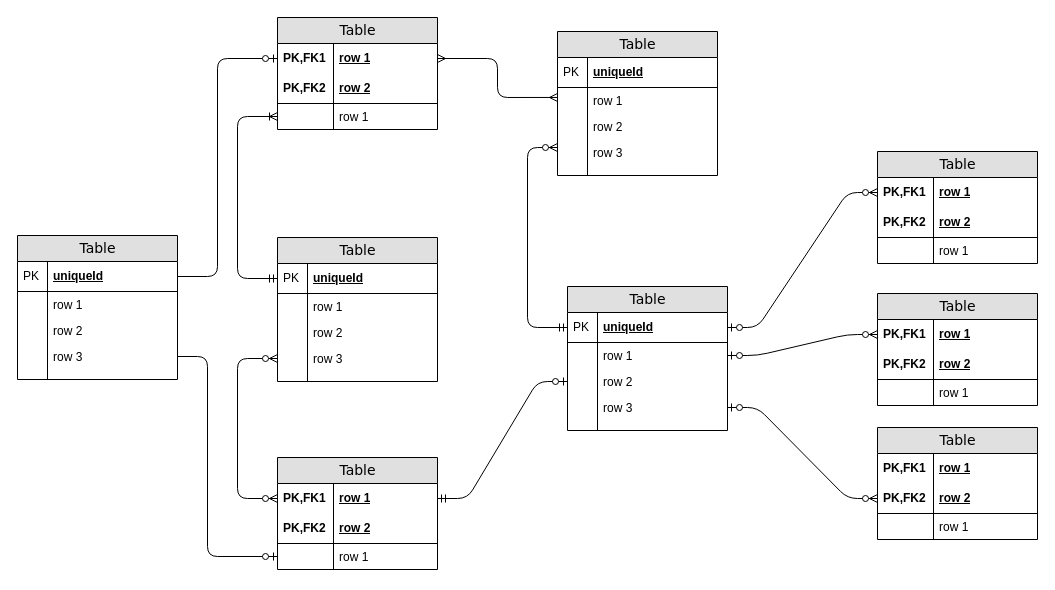
LordDdanielHan/test keeps this draw.io diagram as Untitled Diagram.drawio. Above is the earlier version. Source tidied: cells renumbered, new cells numbered last; positions are measured from the earlier drawing's top-left corner, leaving out a move shared by most shapes. Both pictures are drawn from the tidied source at 100%, with x=0, y=0 at pixel (17, 17).
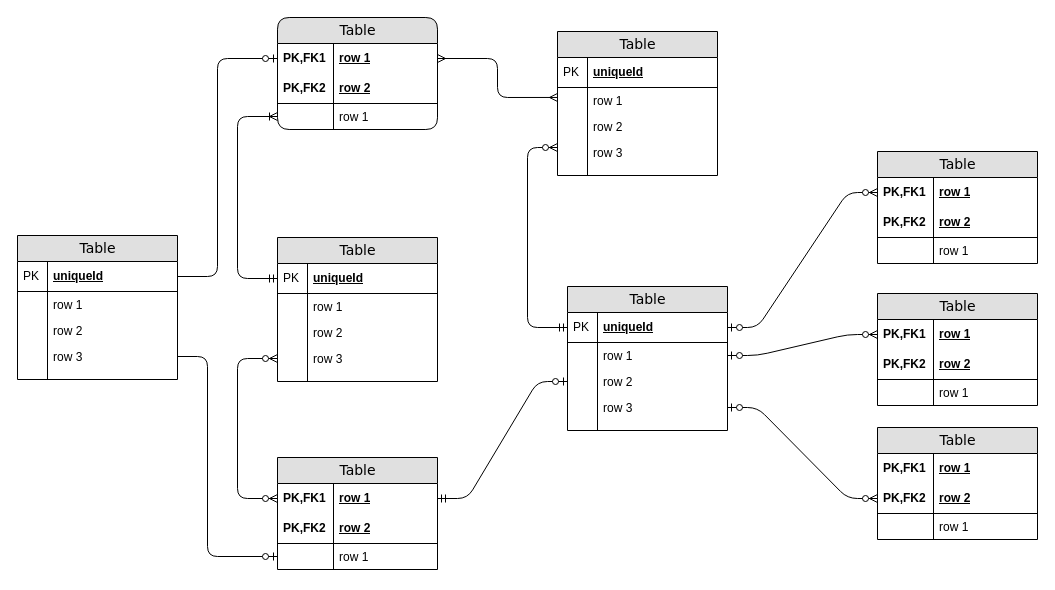
After the change.

What changed in the source:
```diff
@@
-    <mxCell id="2" value="Table" style="swimlane;html=1;fontStyle=0;horizontal=1;startSize=26;fillColor=#e0e0e0;swimlaneFillColor=#ffffff;align=center;rounded=0;shadow=0;comic=0;labelBackgroundColor=none;strokeWidth=1;fontFamily=Verdana;fontSize=14;" parent="1" vertex="1">
+    <mxCell id="2" value="Table" style="swimlane;html=1;fontStyle=0;horizontal=1;startSize=26;fillColor=#e0e0e0;swimlaneFillColor=#ffffff;align=center;rounded=1;shadow=0;comic=0;labelBackgroundColor=none;strokeWidth=1;fontFamily=Verdana;fontSize=14;" parent="1" vertex="1">
       <mxGeometry x="260" width="160" height="112" as="geometry" />
     </mxCell>
```
